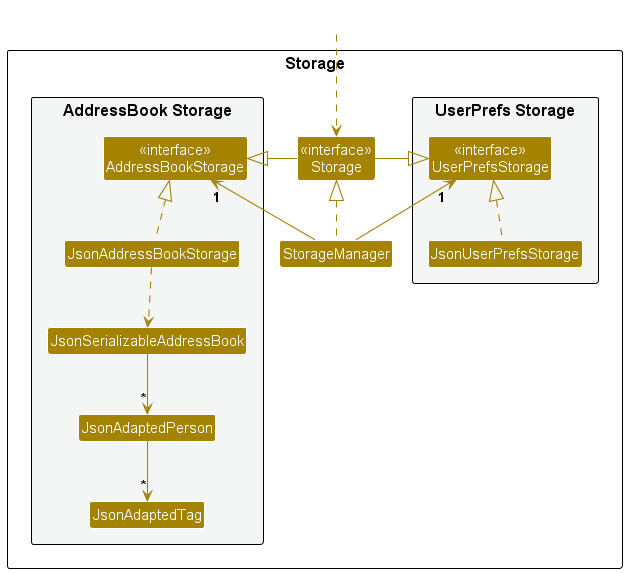
Above: docs/images/StorageClassDiagram.png in nus-cs2103-AY2425S1/tp (PlantUML), before the change.
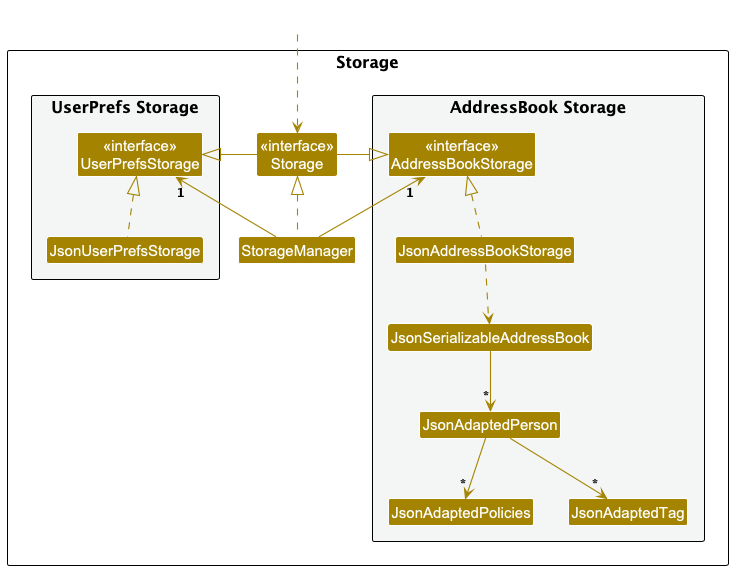
After the change.

What changed in the source:
```diff
@@ -19,6 +19,7 @@
 Class JsonAddressBookStorage
 Class JsonSerializableAddressBook
 Class JsonAdaptedPerson
+Class JsonAdaptedPolicies
 Class JsonAdaptedTag
 }
 
@@ -39,5 +40,6 @@
 JsonAddressBookStorage ..> JsonSerializableAddressBook
 JsonSerializableAddressBook --> "*" JsonAdaptedPerson
 JsonAdaptedPerson --> "*" JsonAdaptedTag
+JsonAdaptedPerson --> "*" JsonAdaptedPolicies
 
 @enduml
```
